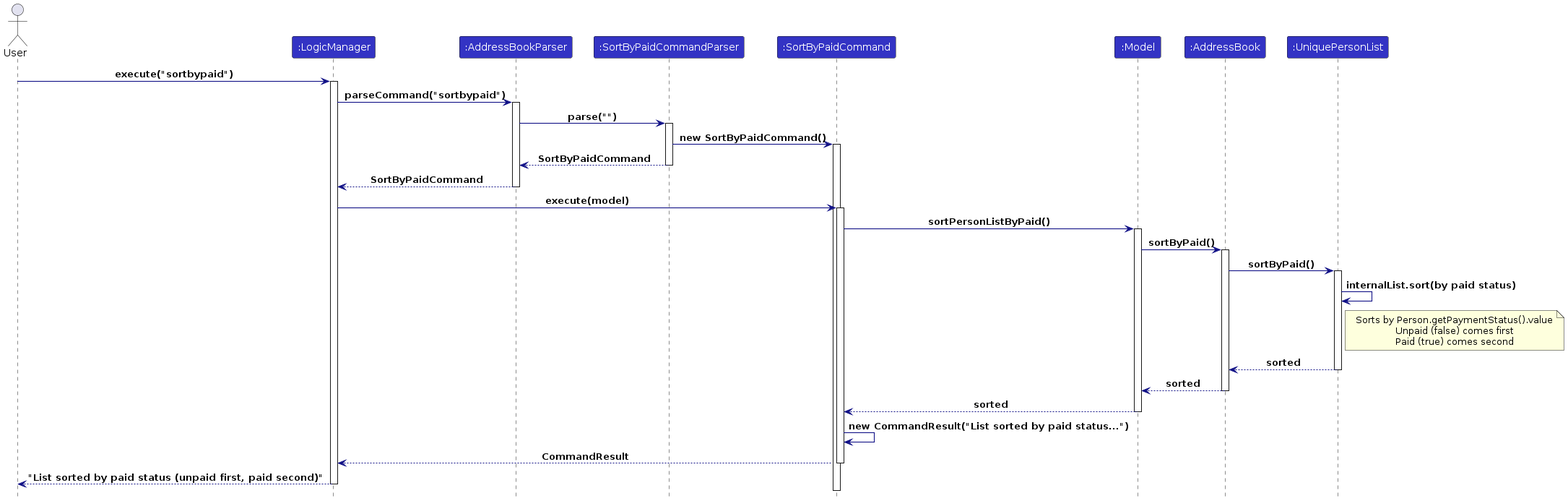
Above: diagrams/SortByPaidSequenceDiagram.png in AY2526S1-CS2103T-F09-4/tp (PlantUML), before the change. Its source is kept beside it as diagrams/SortByPaidSequenceDiagram.puml. Source of this version:
```plantuml
@startuml
!include style.puml
skinparam arrowThickness 1.1
skinparam arrowColor LOGIC_COLOR_T4

actor User
participant ":LogicManager" as LogicManager LOGIC_COLOR
participant ":AddressBookParser" as AddressBookParser LOGIC_COLOR
participant ":SortByPaidCommandParser" as SortByPaidCommandParser LOGIC_COLOR
participant ":SortByPaidCommand" as SortByPaidCommand LOGIC_COLOR
participant ":Model" as Model LOGIC_COLOR
participant ":AddressBook" as AddressBook LOGIC_COLOR
participant ":UniquePersonList" as UniquePersonList LOGIC_COLOR

User -> LogicManager : execute("sortbypaid")
activate LogicManager

LogicManager -> AddressBookParser : parseCommand("sortbypaid")
activate AddressBookParser

AddressBookParser -> SortByPaidCommandParser : parse("")
activate SortByPaidCommandParser

SortByPaidCommandParser -> SortByPaidCommand : new SortByPaidCommand()
activate SortByPaidCommand
SortByPaidCommandParser --> AddressBookParser : SortByPaidCommand
deactivate SortByPaidCommandParser

AddressBookParser --> LogicManager : SortByPaidCommand
deactivate AddressBookParser

LogicManager -> SortByPaidCommand : execute(model)
activate SortByPaidCommand

SortByPaidCommand -> Model : sortPersonListByPaid()
activate Model

Model -> AddressBook : sortByPaid()
activate AddressBook

AddressBook -> UniquePersonList : sortByPaid()
activate UniquePersonList

UniquePersonList -> UniquePersonList : internalList.sort(by paid status)
note right of UniquePersonList
  Sorts by Person.getPaymentStatus().value
  Unpaid (false) comes first
  Paid (true) comes second
end note

UniquePersonList --> AddressBook : sorted
deactivate UniquePersonList

AddressBook --> Model : sorted
deactivate AddressBook

Model --> SortByPaidCommand : sorted
deactivate Model

SortByPaidCommand -> SortByPaidCommand : new CommandResult("List sorted by paid status...")
SortByPaidCommand --> LogicManager : CommandResult
deactivate SortByPaidCommand

LogicManager --> User : "List sorted by paid status (unpaid first, paid second)"
deactivate LogicManager

@enduml
```
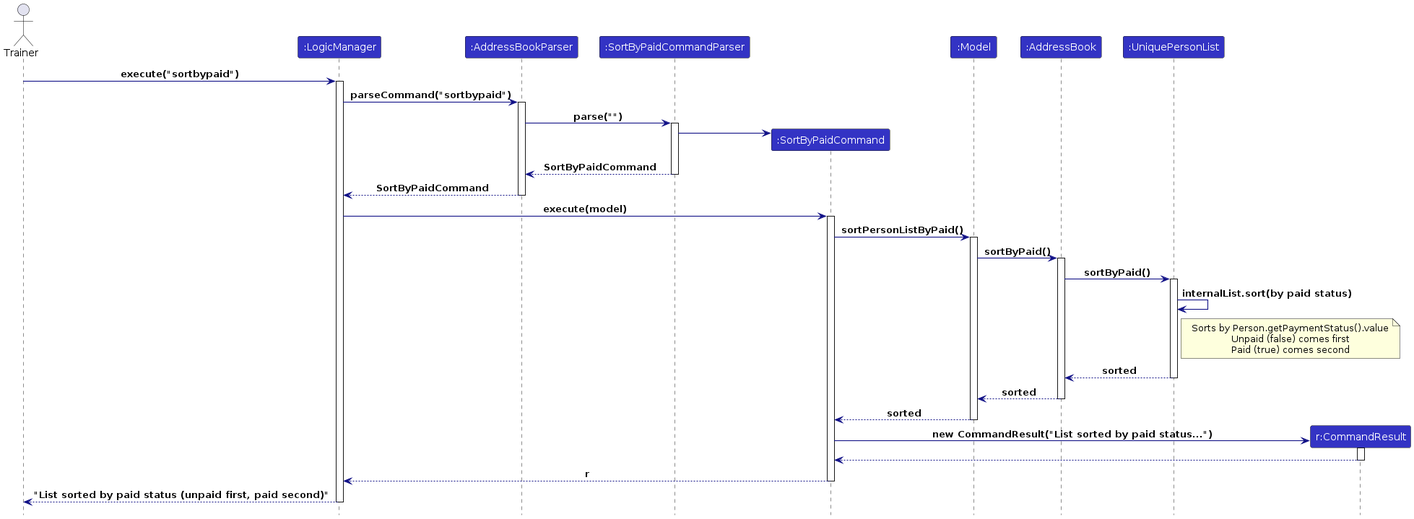
The same diagram one commit later.

Diff of the diagram source:
```diff
@@ -3,7 +3,7 @@
 skinparam arrowThickness 1.1
 skinparam arrowColor LOGIC_COLOR_T4
 
-actor User
+actor Trainer
 participant ":LogicManager" as LogicManager LOGIC_COLOR
 participant ":AddressBookParser" as AddressBookParser LOGIC_COLOR
 participant ":SortByPaidCommandParser" as SortByPaidCommandParser LOGIC_COLOR
@@ -11,8 +11,9 @@
 participant ":Model" as Model LOGIC_COLOR
 participant ":AddressBook" as AddressBook LOGIC_COLOR
 participant ":UniquePersonList" as UniquePersonList LOGIC_COLOR
+participant "r:CommandResult" as CommandResult LOGIC_COLOR
 
-User -> LogicManager : execute("sortbypaid")
+Trainer -> LogicManager : execute("sortbypaid")
 activate LogicManager
 
 LogicManager -> AddressBookParser : parseCommand("sortbypaid")
@@ -21,8 +22,8 @@
 AddressBookParser -> SortByPaidCommandParser : parse("")
 activate SortByPaidCommandParser
 
-SortByPaidCommandParser -> SortByPaidCommand : new SortByPaidCommand()
-activate SortByPaidCommand
+create SortByPaidCommand
+SortByPaidCommandParser -> SortByPaidCommand
 SortByPaidCommandParser --> AddressBookParser : SortByPaidCommand
 deactivate SortByPaidCommandParser
 
@@ -57,11 +58,17 @@
 Model --> SortByPaidCommand : sorted
 deactivate Model
 
-SortByPaidCommand -> SortByPaidCommand : new CommandResult("List sorted by paid status...")
-SortByPaidCommand --> LogicManager : CommandResult
+create CommandResult
+SortByPaidCommand -> CommandResult : new CommandResult("List sorted by paid status...")
+activate CommandResult
+
+CommandResult --> SortByPaidCommand
+deactivate CommandResult
+
+SortByPaidCommand --> LogicManager : r
 deactivate SortByPaidCommand
 
-LogicManager --> User : "List sorted by paid status (unpaid first, paid second)"
+LogicManager --> Trainer : "List sorted by paid status (unpaid first, paid second)"
 deactivate LogicManager
 
 @enduml
```
